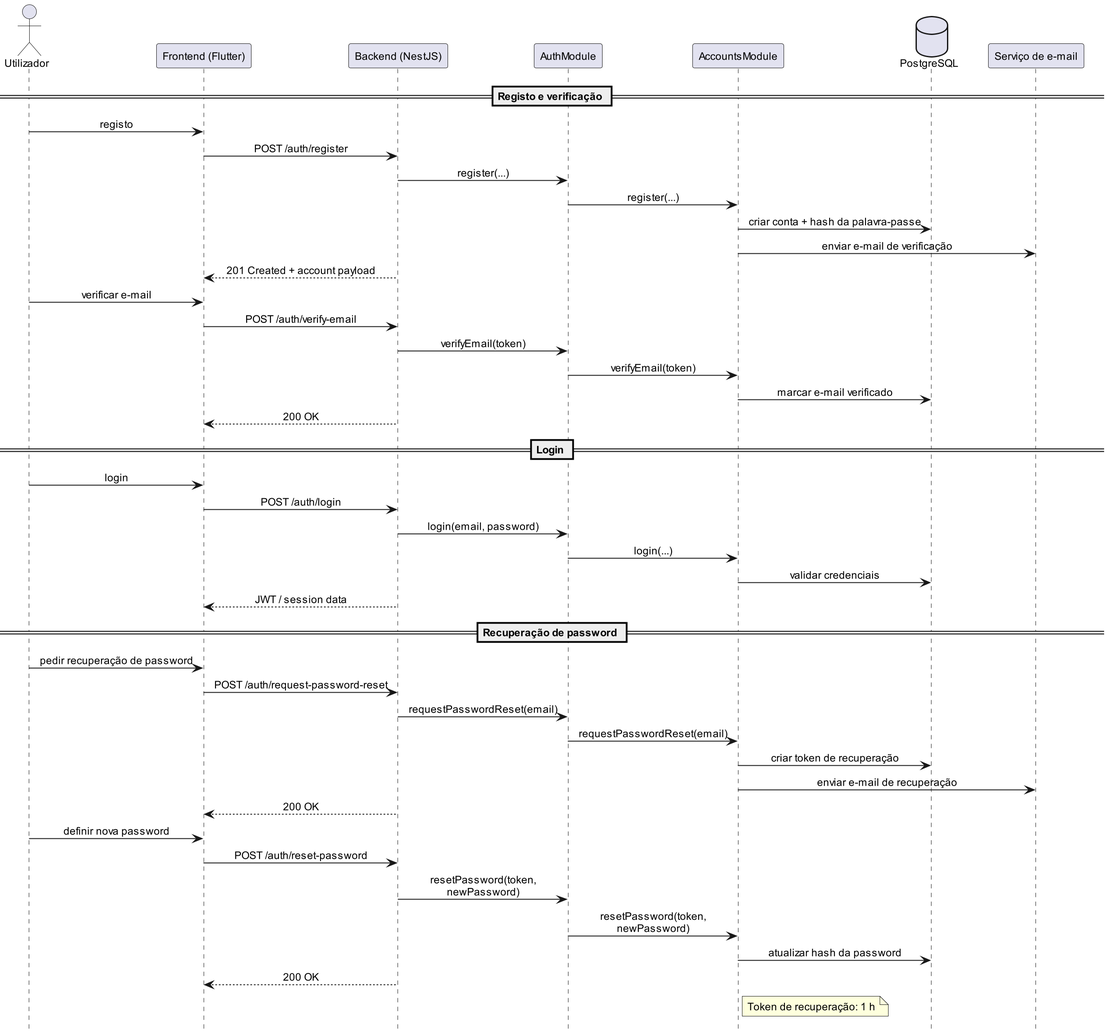
Above: docs/diagrams/png/communication-auth-flow.png in alegna83/cookbook-be (PlantUML), before the change. Source of this version:
```plantuml
@startuml
hide footbox
skinparam defaultFontName Arial
skinparam defaultFontSize 12
skinparam dpi 190
skinparam maxMessageSize 200
skinparam sequence {
	ParticipantPadding 18
	BoxPadding 12
	MessageAlign center
	ArrowThickness 1
}

actor Utilizador
participant "Frontend (Flutter)" as FE
participant "Backend (NestJS)" as BE
participant "AuthModule" as AuthModule
participant "AccountsModule" as AccountsModule
database "PostgreSQL" as DB
participant "Serviço de e-mail" as Email

== Registo e verificação ==

Utilizador -> FE : registo
FE -> BE : POST /auth/register
BE -> AuthModule : register(...)
AuthModule -> AccountsModule : register(...)
AccountsModule -> DB : criar conta + hash da palavra-passe
AccountsModule -> Email : enviar e-mail de verificação
BE --> FE : 201 Created + account payload

Utilizador -> FE : verificar e-mail
FE -> BE : POST /auth/verify-email
BE -> AuthModule : verifyEmail(token)
AuthModule -> AccountsModule : verifyEmail(token)
AccountsModule -> DB : marcar e-mail verificado
BE --> FE : 200 OK

== Login ==

Utilizador -> FE : login
FE -> BE : POST /auth/login
BE -> AuthModule : login(email, password)
AuthModule -> AccountsModule : login(...)
AccountsModule -> DB : validar credenciais
BE --> FE : JWT / session data

== Recuperação de password ==

Utilizador -> FE : pedir recuperação de password
FE -> BE : POST /auth/request-password-reset
BE -> AuthModule : requestPasswordReset(email)
AuthModule -> AccountsModule : requestPasswordReset(email)
AccountsModule -> DB : criar token de recuperação
AccountsModule -> Email : enviar e-mail de recuperação
BE --> FE : 200 OK

Utilizador -> FE : definir nova password
FE -> BE : POST /auth/reset-password
BE -> AuthModule : resetPassword(token, newPassword)
AuthModule -> AccountsModule : resetPassword(token, newPassword)
AccountsModule -> DB : atualizar hash da password
BE --> FE : 200 OK

note right of AccountsModule
  Token de recuperação: 1 h
end note

@enduml
```
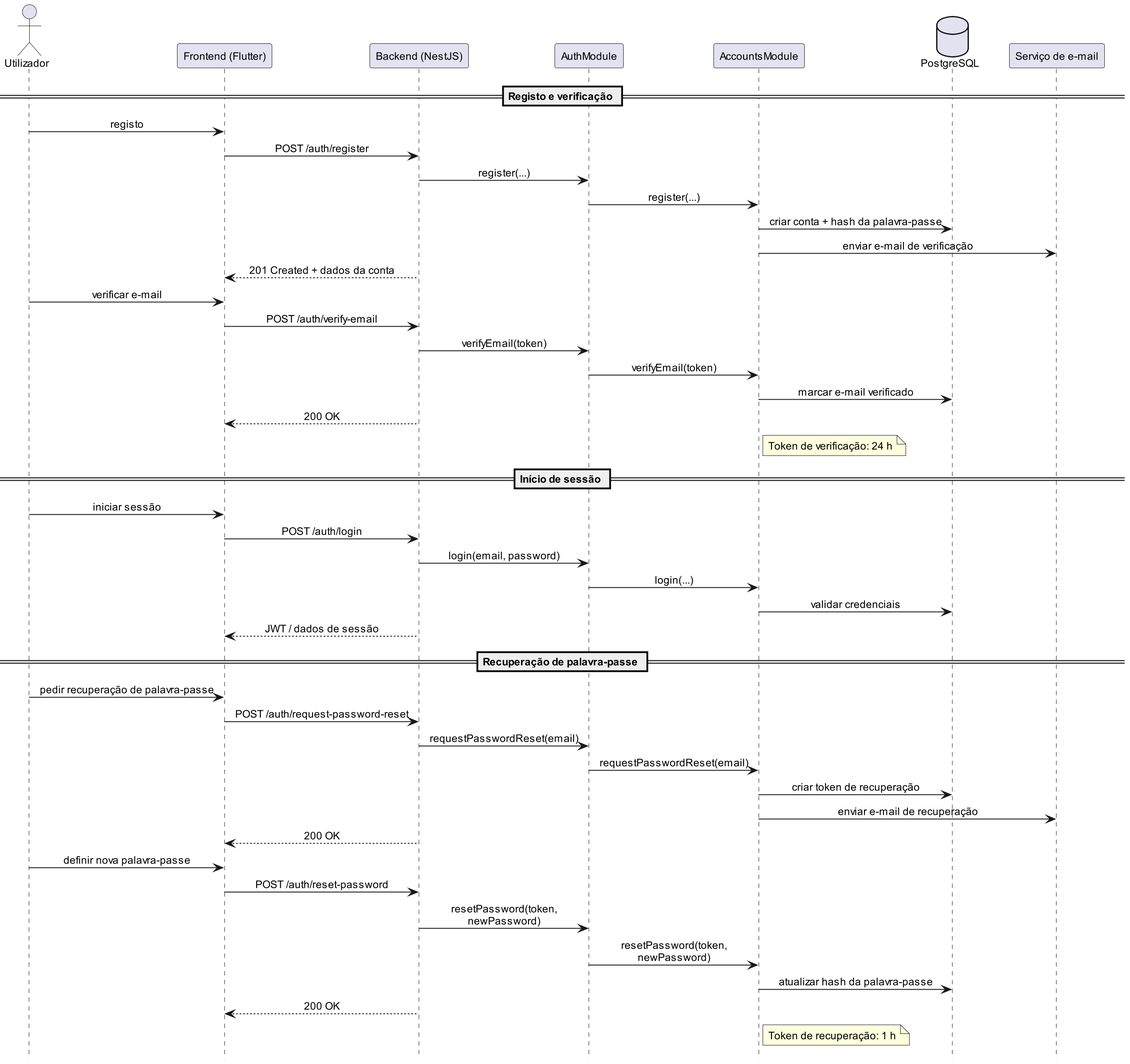
The same diagram one commit later.

Commit message:
communication-atuh-flow

Change to the diagram source:
```diff
@@ -27,7 +27,7 @@
 AuthModule -> AccountsModule : register(...)
 AccountsModule -> DB : criar conta + hash da palavra-passe
 AccountsModule -> Email : enviar e-mail de verificação
-BE --> FE : 201 Created + account payload
+BE --> FE : 201 Created + dados da conta
 
 Utilizador -> FE : verificar e-mail
 FE -> BE : POST /auth/verify-email
@@ -36,18 +36,22 @@
 AccountsModule -> DB : marcar e-mail verificado
 BE --> FE : 200 OK
 
-== Login ==
+note right of AccountsModule
+	Token de verificação: 24 h
+end note
 
-Utilizador -> FE : login
+== Início de sessão ==
+
+Utilizador -> FE : iniciar sessão
 FE -> BE : POST /auth/login
 BE -> AuthModule : login(email, password)
 AuthModule -> AccountsModule : login(...)
 AccountsModule -> DB : validar credenciais
-BE --> FE : JWT / session data
+BE --> FE : JWT / dados de sessão
 
-== Recuperação de password ==
+== Recuperação de palavra-passe ==
 
-Utilizador -> FE : pedir recuperação de password
+Utilizador -> FE : pedir recuperação de palavra-passe
 FE -> BE : POST /auth/request-password-reset
 BE -> AuthModule : requestPasswordReset(email)
 AuthModule -> AccountsModule : requestPasswordReset(email)
@@ -55,11 +59,11 @@
 AccountsModule -> Email : enviar e-mail de recuperação
 BE --> FE : 200 OK
 
-Utilizador -> FE : definir nova password
+Utilizador -> FE : definir nova palavra-passe
 FE -> BE : POST /auth/reset-password
 BE -> AuthModule : resetPassword(token, newPassword)
 AuthModule -> AccountsModule : resetPassword(token, newPassword)
-AccountsModule -> DB : atualizar hash da password
+AccountsModule -> DB : atualizar hash da palavra-passe
 BE --> FE : 200 OK
 
 note right of AccountsModule
```
